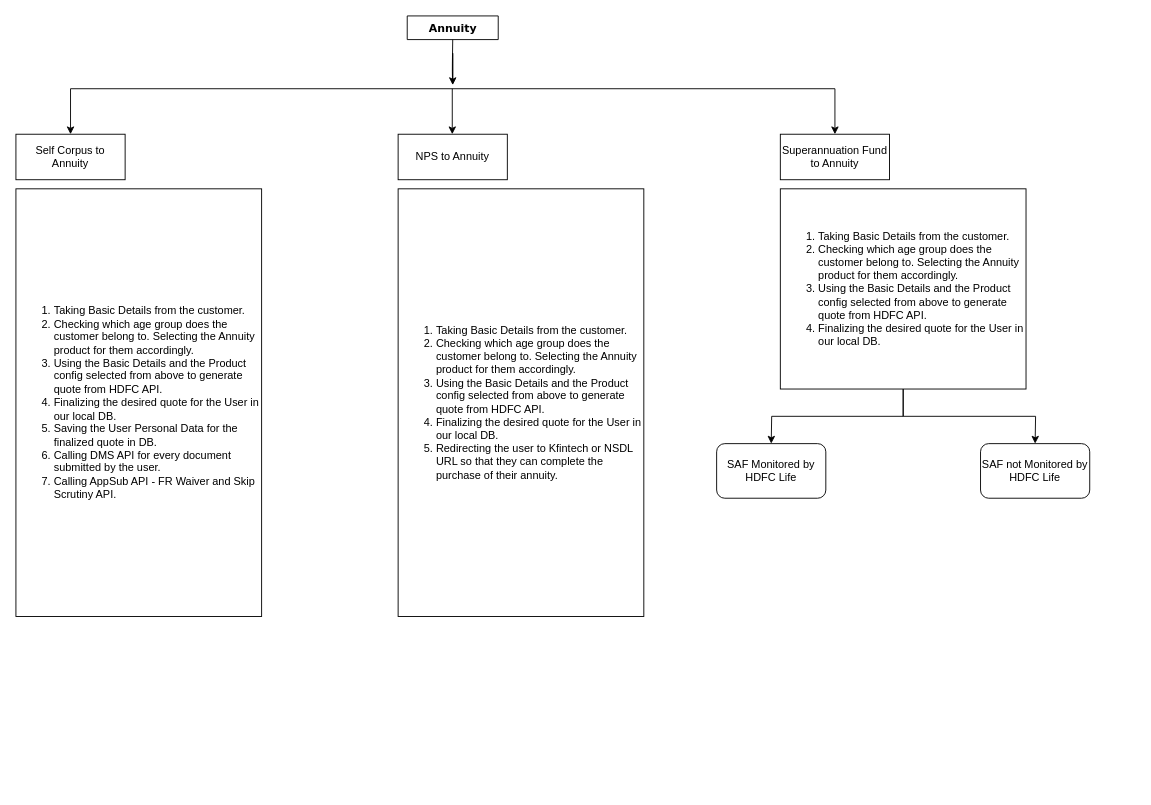
armostheus/git-test keeps this draw.io diagram as Untitled Diagram.drawio. Above is the earlier version. Source tidied: cells renumbered, new cells numbered last; positions are measured from the earlier drawing's top-left corner, leaving out a move shared by most shapes. Both pictures are drawn from the tidied source at 91%, with x=0, y=0 at pixel (15, 15).
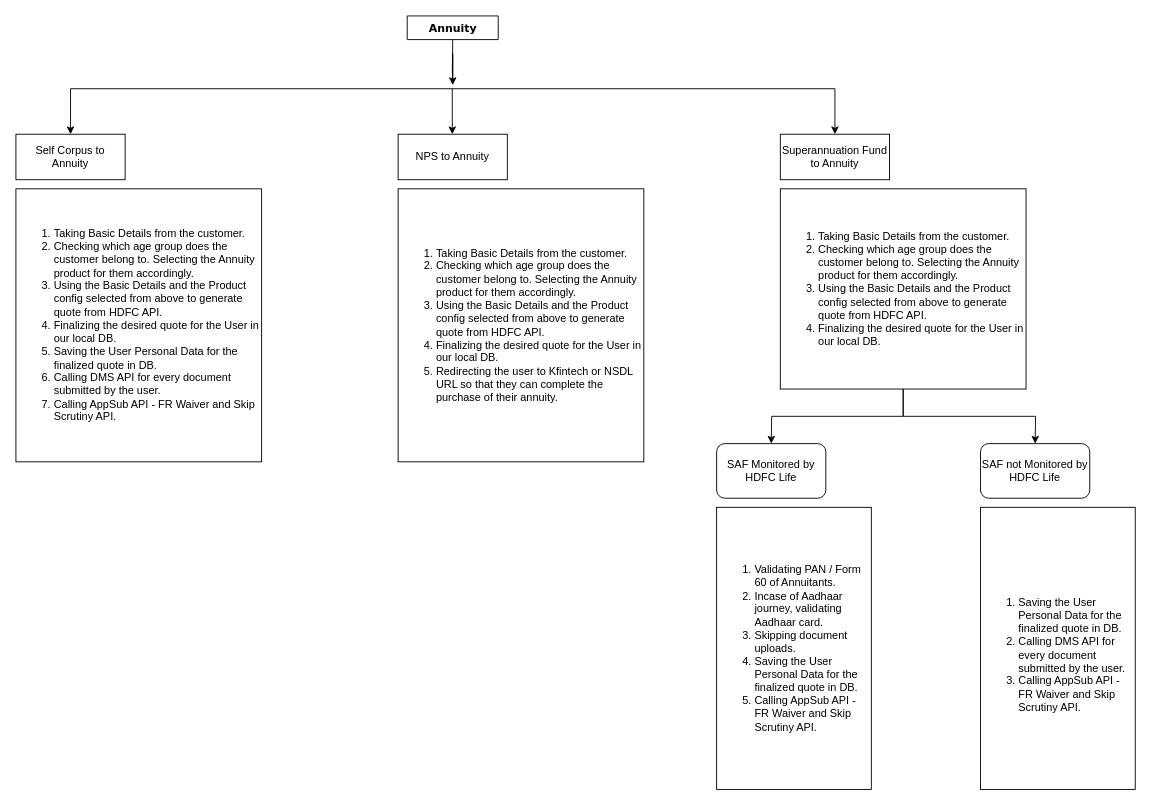
The same page after the edit.

Change to the diagram source:
```diff
@@
     <mxCell id="11" value="&lt;ol style=&quot;line-height: 120%&quot;&gt;&lt;li&gt;Taking Basic Details from the customer.&lt;/li&gt;&lt;li&gt;Checking which age group does the customer belong to. Selecting the Annuity product for them accordingly.&lt;/li&gt;&lt;li&gt;Using the Basic Details and the Product config selected from above to generate quote from HDFC API.&lt;/li&gt;&lt;li&gt;Finalizing the desired quote for the User in our local DB.&lt;/li&gt;&lt;li&gt;Saving the User Personal Data for the finalized quote in DB.&lt;/li&gt;&lt;li&gt;Calling DMS API for every document submitted by the user.&lt;/li&gt;&lt;li&gt;Calling AppSub API - FR Waiver and Skip Scrutiny API.&lt;/li&gt;&lt;/ol&gt;&lt;p style=&quot;line-height: 0%&quot;&gt;&lt;/p&gt;&lt;div&gt;&lt;/div&gt;&lt;p&gt;&lt;/p&gt;" style="rounded=0;whiteSpace=wrap;html=1;align=left;" parent="1" vertex="1">
-      <mxGeometry y="190" width="270" height="470" as="geometry" />
+      <mxGeometry y="190" width="270" height="300" as="geometry" />
     </mxCell>
     <mxCell id="12" value="&lt;ol style=&quot;line-height: 120%&quot;&gt;&lt;li&gt;Taking Basic Details from the customer.&lt;/li&gt;&lt;li&gt;Checking which age group does the customer belong to. Selecting the Annuity product for them accordingly.&lt;/li&gt;&lt;li&gt;Using the Basic Details and the Product config selected from above to generate quote from HDFC API.&lt;/li&gt;&lt;li&gt;Finalizing the desired quote for the User in our local DB.&lt;/li&gt;&lt;li&gt;Redirecting the user to Kfintech or NSDL URL so that they can complete the purchase of their annuity.&lt;/li&gt;&lt;/ol&gt;&lt;p style=&quot;line-height: 0%&quot;&gt;&lt;/p&gt;&lt;div&gt;&lt;/div&gt;&lt;p&gt;&lt;/p&gt;" style="rounded=0;whiteSpace=wrap;html=1;align=left;" parent="1" vertex="1">
-      <mxGeometry x="420" y="190" width="270" height="470" as="geometry" />
+      <mxGeometry x="420" y="190" width="270" height="300" as="geometry" />
     </mxCell>
@@
+    <mxCell id="18" value="&lt;ol&gt;&lt;li&gt;Validating PAN / Form 60 of Annuitants.&lt;/li&gt;&lt;li&gt;Incase of Aadhaar journey, validating Aadhaar card.&lt;/li&gt;&lt;li&gt;Skipping document uploads.&lt;/li&gt;&lt;li&gt;Saving the User Personal Data for the finalized quote in DB.&lt;/li&gt;&lt;li&gt;Calling AppSub API - FR Waiver and Skip Scrutiny API.&lt;/li&gt;&lt;/ol&gt;" style="rounded=0;whiteSpace=wrap;html=1;align=left;" parent="1" vertex="1">
+      <mxGeometry x="770" y="540" width="170" height="310" as="geometry" />
+    </mxCell>
+    <mxCell id="19" style="edgeStyle=orthogonalEdgeStyle;rounded=0;orthogonalLoop=1;jettySize=auto;html=1;exitX=0.5;exitY=1;exitDx=0;exitDy=0;" parent="1" edge="1" source="11" target="11">
+      <mxGeometry relative="1" as="geometry" />
+    </mxCell>
+    <mxCell id="20" value="&lt;div&gt;&lt;br&gt;&lt;/div&gt;&lt;ol&gt;&lt;li&gt;Saving the User Personal Data for the finalized quote in DB.&lt;/li&gt;&lt;li&gt;Calling DMS API for every document submitted by the user.&lt;/li&gt;&lt;li&gt;Calling AppSub API - FR Waiver and Skip Scrutiny API.&lt;/li&gt;&lt;/ol&gt;" style="rounded=0;whiteSpace=wrap;html=1;align=left;" parent="1" vertex="1">
+      <mxGeometry x="1060" y="540" width="170" height="310" as="geometry" />
+    </mxCell>
```
